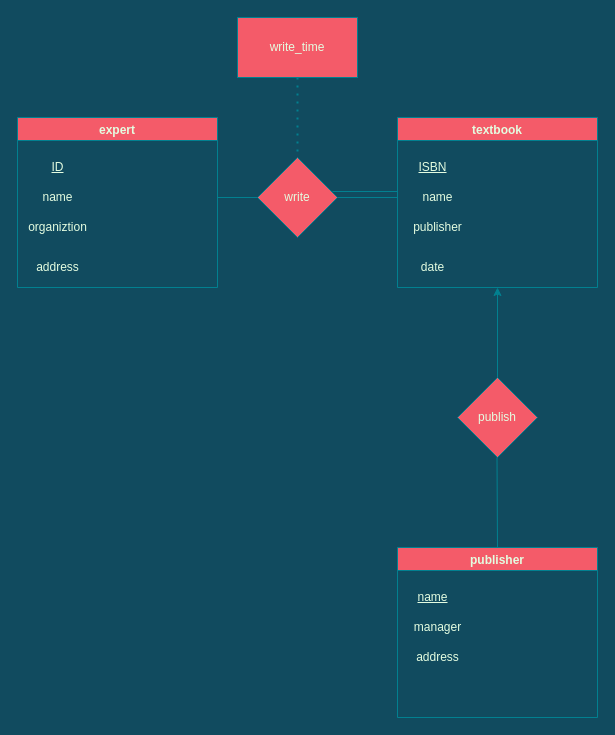
Before: textbook.drawio in LoveCNLoveCny2001/DB_ERD, a draw.io diagram. Source tidied: cells renumbered, new cells numbered last; positions are measured from the earlier drawing's top-left corner, leaving out a move shared by most shapes. Both pictures are drawn from the tidied source at 100%, with x=0, y=0 at pixel (17, 17).
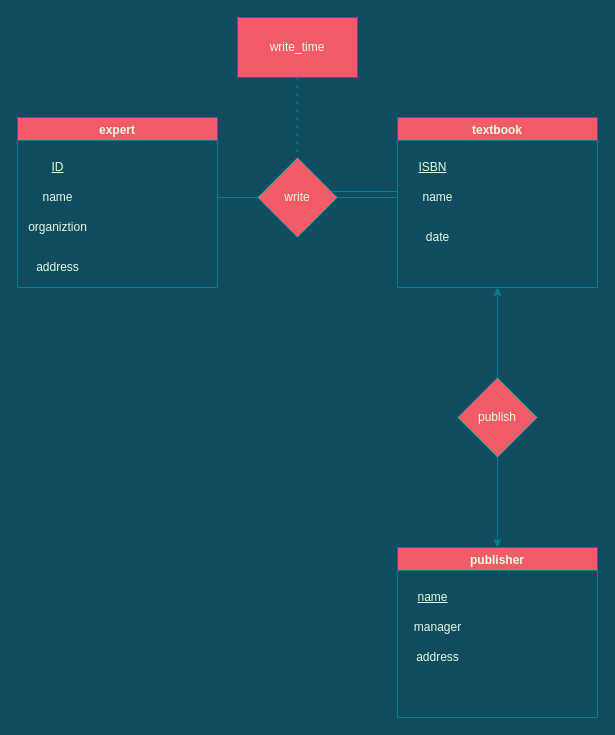
Above is the later version.

Unchanged cells that the change refers to:
```xml
<mxCell id="7" value="textbook" style="swimlane;fillColor=#F45B69;strokeColor=#028090;fontColor=#E4FDE1;" parent="1" vertex="1">
  <mxGeometry x="380" y="100" width="200" height="170" as="geometry" />
</mxCell>
<mxCell id="12" value="publisher" style="swimlane;fillColor=#F45B69;strokeColor=#028090;fontColor=#E4FDE1;" parent="1" vertex="1">
  <mxGeometry x="380" y="530" width="200" height="170" as="geometry" />
</mxCell>
<mxCell id="22" value="publish" style="rhombus;whiteSpace=wrap;html=1;fillColor=#F45B69;strokeColor=#028090;fontColor=#E4FDE1;" parent="1" vertex="1">
  <mxGeometry x="440" y="360" width="80" height="80" as="geometry" />
</mxCell>
```

Change to the diagram source:
```diff
@@
-    <mxCell id="9" value="publisher" style="text;html=1;align=center;verticalAlign=middle;strokeColor=none;fillColor=none;fontColor=#E4FDE1;" parent="7" vertex="1">
-      <mxGeometry x="10" y="100" width="60" height="20" as="geometry" />
-    </mxCell>
     <mxCell id="10" value="date" style="text;html=1;align=center;verticalAlign=middle;strokeColor=none;fillColor=none;fontColor=#E4FDE1;" parent="7" vertex="1">
-      <mxGeometry x="15" y="140" width="40" height="20" as="geometry" />
+      <mxGeometry x="20" y="110" width="40" height="20" as="geometry" />
     </mxCell>
@@
-    <mxCell id="23" style="endArrow=none;html=1;rounded=0;entryX=0.5;entryY=1;entryDx=0;entryDy=0;exitX=0.5;exitY=0;exitDx=0;exitDy=0;labelBackgroundColor=#114B5F;strokeColor=#028090;fontColor=#E4FDE1;" parent="1" edge="1" source="12">
-      <mxGeometry relative="1" as="geometry">
-        <mxPoint x="479.5" y="440" as="targetPoint" />
-      </mxGeometry>
-    </mxCell>
@@
+    <mxCell id="25" style="endArrow=classic;html=1;rounded=0;entryX=0.5;entryY=0;entryDx=0;entryDy=0;exitX=0.5;exitY=1;exitDx=0;exitDy=0;labelBackgroundColor=#114B5F;strokeColor=#028090;fontColor=#E4FDE1;" parent="1" edge="1" source="22" target="12">
+      <mxGeometry relative="1" as="geometry" />
+    </mxCell>
```
